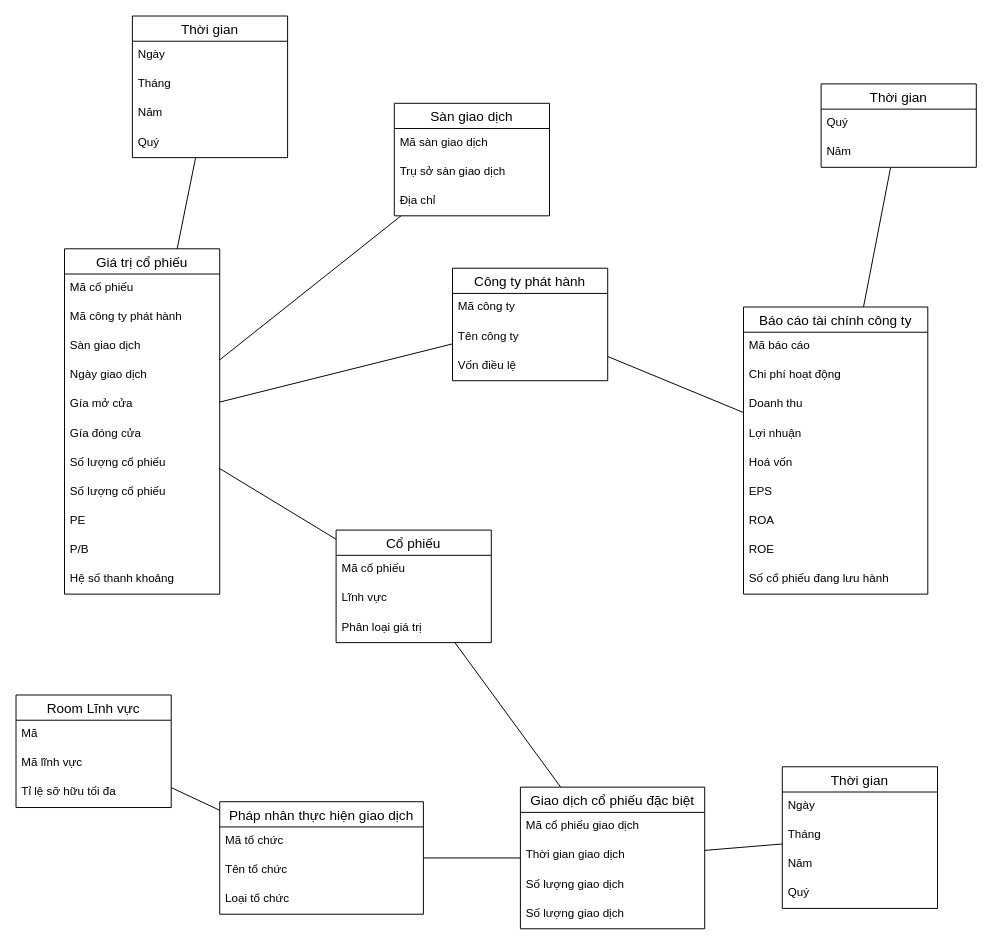
trandinhlam/master_2nd_semester keeps this draw.io diagram as BusinessIntelligence/images/DDS.drawio. Above is the earlier version. Source tidied: cells renumbered, new cells numbered last; positions are measured from the earlier drawing's top-left corner, leaving out a move shared by most shapes. Both pictures are drawn from the tidied source at 97%, with x=0, y=0 at pixel (16, 16).
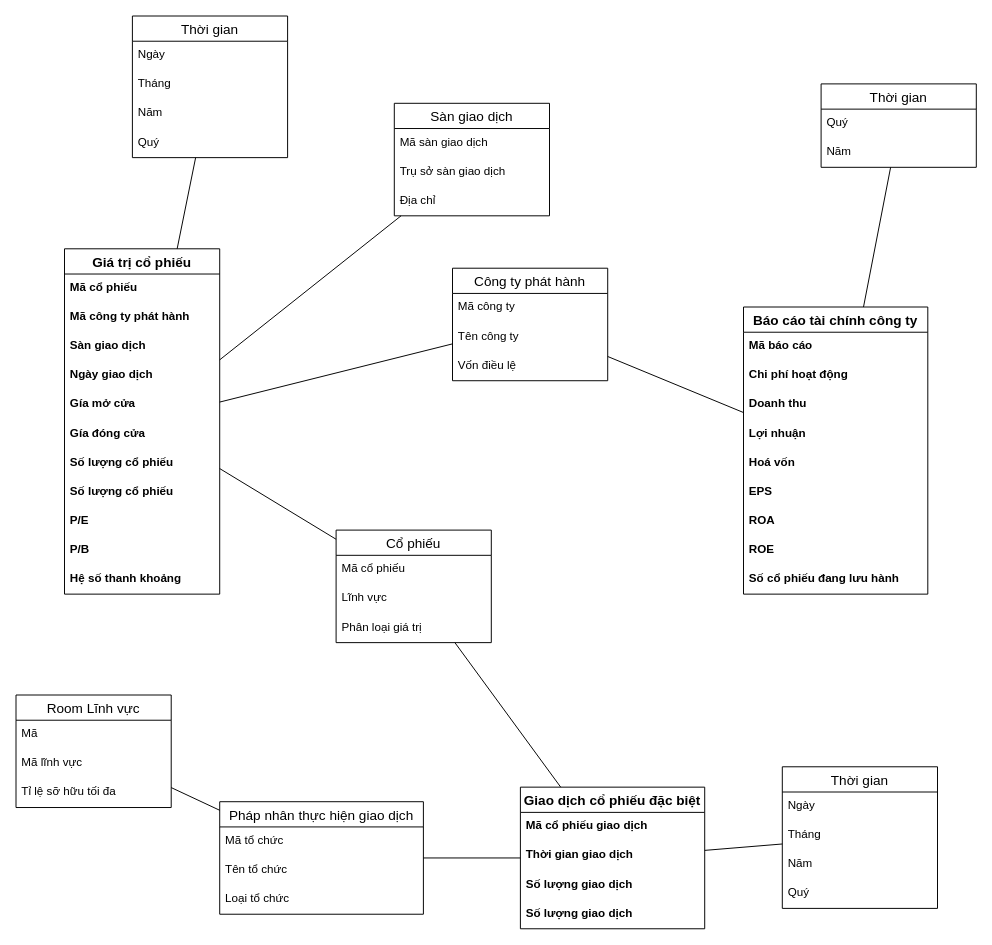
The same page after the edit.

What changed in the source:
```diff
@@
-    <mxCell id="2" value="Giá trị cổ phiếu" style="swimlane;fontStyle=0;horizontal=1;startSize=26;align=center;fontSize=14;" parent="1" vertex="1">
+    <mxCell id="2" value="Giá trị cổ phiếu" style="swimlane;fontStyle=1;horizontal=1;startSize=26;align=center;fontSize=14;" parent="1" vertex="1">
       <mxGeometry x="50" y="240" width="160" height="356" as="geometry" />
     </mxCell>
-    <mxCell id="3" value="Mã cổ phiếu" style="text;strokeColor=none;fillColor=none;spacingLeft=4;spacingRight=4;overflow=hidden;fontSize=12;" parent="2" vertex="1">
+    <mxCell id="3" value="Mã cổ phiếu" style="text;strokeColor=none;fillColor=none;spacingLeft=4;spacingRight=4;overflow=hidden;fontSize=12;fontStyle=1;" parent="2" vertex="1">
       <mxGeometry y="26" width="160" height="30" as="geometry" />
     </mxCell>
-    <mxCell id="4" value="Mã công ty phát hành" style="text;strokeColor=none;fillColor=none;spacingLeft=4;spacingRight=4;overflow=hidden;fontSize=12;" parent="2" vertex="1">
+    <mxCell id="4" value="Mã công ty phát hành" style="text;strokeColor=none;fillColor=none;spacingLeft=4;spacingRight=4;overflow=hidden;fontSize=12;fontStyle=1;" parent="2" vertex="1">
       <mxGeometry y="56" width="160" height="30" as="geometry" />
     </mxCell>
-    <mxCell id="5" value="Sàn giao dịch" style="text;strokeColor=none;fillColor=none;spacingLeft=4;spacingRight=4;overflow=hidden;fontSize=12;" parent="2" vertex="1">
+    <mxCell id="5" value="Sàn giao dịch" style="text;strokeColor=none;fillColor=none;spacingLeft=4;spacingRight=4;overflow=hidden;fontSize=12;fontStyle=1;" parent="2" vertex="1">
       <mxGeometry y="86" width="160" height="30" as="geometry" />
     </mxCell>
-    <mxCell id="6" value="Ngày giao dịch" style="text;strokeColor=none;fillColor=none;spacingLeft=4;spacingRight=4;overflow=hidden;fontSize=12;" parent="2" vertex="1">
+    <mxCell id="6" value="Ngày giao dịch" style="text;strokeColor=none;fillColor=none;spacingLeft=4;spacingRight=4;overflow=hidden;fontSize=12;fontStyle=1;" parent="2" vertex="1">
       <mxGeometry y="116" width="160" height="30" as="geometry" />
     </mxCell>
-    <mxCell id="7" value="Gía mở cửa" style="text;strokeColor=none;fillColor=none;spacingLeft=4;spacingRight=4;overflow=hidden;fontSize=12;" parent="2" vertex="1">
+    <mxCell id="7" value="Gía mở cửa" style="text;strokeColor=none;fillColor=none;spacingLeft=4;spacingRight=4;overflow=hidden;fontSize=12;fontStyle=1;" parent="2" vertex="1">
       <mxGeometry y="146" width="160" height="30" as="geometry" />
     </mxCell>
-    <mxCell id="8" value="Gía đóng cửa" style="text;strokeColor=none;fillColor=none;spacingLeft=4;spacingRight=4;overflow=hidden;fontSize=12;" parent="2" vertex="1">
+    <mxCell id="8" value="Gía đóng cửa" style="text;strokeColor=none;fillColor=none;spacingLeft=4;spacingRight=4;overflow=hidden;fontSize=12;fontStyle=1;" parent="2" vertex="1">
       <mxGeometry y="176" width="160" height="30" as="geometry" />
     </mxCell>
-    <mxCell id="9" value="Số lượng cổ phiếu" style="text;strokeColor=none;fillColor=none;spacingLeft=4;spacingRight=4;overflow=hidden;fontSize=12;" parent="2" vertex="1">
+    <mxCell id="9" value="Số lượng cổ phiếu" style="text;strokeColor=none;fillColor=none;spacingLeft=4;spacingRight=4;overflow=hidden;fontSize=12;fontStyle=1;" parent="2" vertex="1">
       <mxGeometry y="206" width="160" height="30" as="geometry" />
     </mxCell>
-    <mxCell id="10" value="Số lượng cổ phiếu" style="text;strokeColor=none;fillColor=none;spacingLeft=4;spacingRight=4;overflow=hidden;fontSize=12;" parent="2" vertex="1">
+    <mxCell id="10" value="Số lượng cổ phiếu" style="text;strokeColor=none;fillColor=none;spacingLeft=4;spacingRight=4;overflow=hidden;fontSize=12;fontStyle=1;" parent="2" vertex="1">
       <mxGeometry y="236" width="160" height="30" as="geometry" />
     </mxCell>
-    <mxCell id="11" value="PE" style="text;strokeColor=none;fillColor=none;spacingLeft=4;spacingRight=4;overflow=hidden;fontSize=12;" parent="2" vertex="1">
+    <mxCell id="11" value="P/E" style="text;strokeColor=none;fillColor=none;spacingLeft=4;spacingRight=4;overflow=hidden;fontSize=12;fontStyle=1;" parent="2" vertex="1">
       <mxGeometry y="266" width="160" height="30" as="geometry" />
     </mxCell>
-    <mxCell id="12" value="P/B" style="text;strokeColor=none;fillColor=none;spacingLeft=4;spacingRight=4;overflow=hidden;fontSize=12;" parent="2" vertex="1">
+    <mxCell id="12" value="P/B" style="text;strokeColor=none;fillColor=none;spacingLeft=4;spacingRight=4;overflow=hidden;fontSize=12;fontStyle=1;" parent="2" vertex="1">
       <mxGeometry y="296" width="160" height="30" as="geometry" />
     </mxCell>
-    <mxCell id="13" value="Hệ số thanh khoảng" style="text;strokeColor=none;fillColor=none;spacingLeft=4;spacingRight=4;overflow=hidden;fontSize=12;" parent="2" vertex="1">
+    <mxCell id="13" value="Hệ số thanh khoảng" style="text;strokeColor=none;fillColor=none;spacingLeft=4;spacingRight=4;overflow=hidden;fontSize=12;fontStyle=1;" parent="2" vertex="1">
       <mxGeometry y="326" width="160" height="30" as="geometry" />
     </mxCell>
@@
-    <mxCell id="25" value="Giao dịch cổ phiếu đặc biệt" style="swimlane;fontStyle=0;horizontal=1;startSize=26;align=center;fontSize=14;" parent="1" vertex="1">
+    <mxCell id="25" value="Giao dịch cổ phiếu đặc biệt" style="swimlane;fontStyle=1;horizontal=1;startSize=26;align=center;fontSize=14;" parent="1" vertex="1">
       <mxGeometry x="520" y="795" width="190" height="146" as="geometry" />
     </mxCell>
-    <mxCell id="26" value="Mã cổ phiếu giao dịch" style="text;strokeColor=none;fillColor=none;spacingLeft=4;spacingRight=4;overflow=hidden;fontSize=12;" parent="25" vertex="1">
+    <mxCell id="26" value="Mã cổ phiếu giao dịch" style="text;strokeColor=none;fillColor=none;spacingLeft=4;spacingRight=4;overflow=hidden;fontSize=12;fontStyle=1;" parent="25" vertex="1">
       <mxGeometry y="26" width="190" height="30" as="geometry" />
     </mxCell>
-    <mxCell id="27" value="Thời gian giao dịch" style="text;strokeColor=none;fillColor=none;spacingLeft=4;spacingRight=4;overflow=hidden;fontSize=12;" parent="25" vertex="1">
+    <mxCell id="27" value="Thời gian giao dịch" style="text;strokeColor=none;fillColor=none;spacingLeft=4;spacingRight=4;overflow=hidden;fontSize=12;fontStyle=1;" parent="25" vertex="1">
       <mxGeometry y="56" width="190" height="30" as="geometry" />
     </mxCell>
-    <mxCell id="28" value="Số lượng giao dịch" style="text;strokeColor=none;fillColor=none;spacingLeft=4;spacingRight=4;overflow=hidden;fontSize=12;" parent="25" vertex="1">
+    <mxCell id="28" value="Số lượng giao dịch" style="text;strokeColor=none;fillColor=none;spacingLeft=4;spacingRight=4;overflow=hidden;fontSize=12;fontStyle=1;" parent="25" vertex="1">
       <mxGeometry y="86" width="190" height="30" as="geometry" />
     </mxCell>
-    <mxCell id="29" value="Số lượng giao dịch" style="text;strokeColor=none;fillColor=none;spacingLeft=4;spacingRight=4;overflow=hidden;fontSize=12;" parent="25" vertex="1">
+    <mxCell id="29" value="Số lượng giao dịch" style="text;strokeColor=none;fillColor=none;spacingLeft=4;spacingRight=4;overflow=hidden;fontSize=12;fontStyle=1;" parent="25" vertex="1">
       <mxGeometry y="116" width="190" height="30" as="geometry" />
     </mxCell>
@@
-    <mxCell id="41" value="Báo cáo tài chính công ty" style="swimlane;fontStyle=0;horizontal=1;startSize=26;align=center;fontSize=14;" parent="1" vertex="1">
+    <mxCell id="41" value="Báo cáo tài chính công ty" style="swimlane;fontStyle=1;horizontal=1;startSize=26;align=center;fontSize=14;" parent="1" vertex="1">
       <mxGeometry x="750" y="300" width="190" height="296" as="geometry" />
     </mxCell>
-    <mxCell id="42" value="Mã báo cáo" style="text;strokeColor=none;fillColor=none;spacingLeft=4;spacingRight=4;overflow=hidden;fontSize=12;" parent="41" vertex="1">
+    <mxCell id="42" value="Mã báo cáo" style="text;strokeColor=none;fillColor=none;spacingLeft=4;spacingRight=4;overflow=hidden;fontSize=12;fontStyle=1;" parent="41" vertex="1">
       <mxGeometry y="26" width="190" height="30" as="geometry" />
     </mxCell>
-    <mxCell id="43" value="Chi phí hoạt động" style="text;strokeColor=none;fillColor=none;spacingLeft=4;spacingRight=4;overflow=hidden;fontSize=12;" parent="41" vertex="1">
+    <mxCell id="43" value="Chi phí hoạt động" style="text;strokeColor=none;fillColor=none;spacingLeft=4;spacingRight=4;overflow=hidden;fontSize=12;fontStyle=1;" parent="41" vertex="1">
       <mxGeometry y="56" width="190" height="30" as="geometry" />
     </mxCell>
-    <mxCell id="44" value="Doanh thu" style="text;strokeColor=none;fillColor=none;spacingLeft=4;spacingRight=4;overflow=hidden;fontSize=12;" parent="41" vertex="1">
+    <mxCell id="44" value="Doanh thu" style="text;strokeColor=none;fillColor=none;spacingLeft=4;spacingRight=4;overflow=hidden;fontSize=12;fontStyle=1;" parent="41" vertex="1">
       <mxGeometry y="86" width="190" height="30" as="geometry" />
     </mxCell>
-    <mxCell id="45" value="Lợi nhuận" style="text;strokeColor=none;fillColor=none;spacingLeft=4;spacingRight=4;overflow=hidden;fontSize=12;" parent="41" vertex="1">
+    <mxCell id="45" value="Lợi nhuận" style="text;strokeColor=none;fillColor=none;spacingLeft=4;spacingRight=4;overflow=hidden;fontSize=12;fontStyle=1;" parent="41" vertex="1">
       <mxGeometry y="116" width="190" height="30" as="geometry" />
     </mxCell>
-    <mxCell id="46" value="Hoá vốn" style="text;strokeColor=none;fillColor=none;spacingLeft=4;spacingRight=4;overflow=hidden;fontSize=12;" parent="41" vertex="1">
+    <mxCell id="46" value="Hoá vốn" style="text;strokeColor=none;fillColor=none;spacingLeft=4;spacingRight=4;overflow=hidden;fontSize=12;fontStyle=1;" parent="41" vertex="1">
       <mxGeometry y="146" width="190" height="30" as="geometry" />
     </mxCell>
-    <mxCell id="47" value="EPS" style="text;strokeColor=none;fillColor=none;spacingLeft=4;spacingRight=4;overflow=hidden;fontSize=12;" parent="41" vertex="1">
+    <mxCell id="47" value="EPS" style="text;strokeColor=none;fillColor=none;spacingLeft=4;spacingRight=4;overflow=hidden;fontSize=12;fontStyle=1;" parent="41" vertex="1">
       <mxGeometry y="176" width="190" height="30" as="geometry" />
     </mxCell>
-    <mxCell id="48" value="ROA" style="text;strokeColor=none;fillColor=none;spacingLeft=4;spacingRight=4;overflow=hidden;fontSize=12;" parent="41" vertex="1">
+    <mxCell id="48" value="ROA" style="text;strokeColor=none;fillColor=none;spacingLeft=4;spacingRight=4;overflow=hidden;fontSize=12;fontStyle=1;" parent="41" vertex="1">
       <mxGeometry y="206" width="190" height="30" as="geometry" />
     </mxCell>
-    <mxCell id="49" value="ROE" style="text;strokeColor=none;fillColor=none;spacingLeft=4;spacingRight=4;overflow=hidden;fontSize=12;" parent="41" vertex="1">
+    <mxCell id="49" value="ROE" style="text;strokeColor=none;fillColor=none;spacingLeft=4;spacingRight=4;overflow=hidden;fontSize=12;fontStyle=1;" parent="41" vertex="1">
       <mxGeometry y="236" width="190" height="30" as="geometry" />
     </mxCell>
-    <mxCell id="50" value="Số cổ phiếu đang lưu hành" style="text;strokeColor=none;fillColor=none;spacingLeft=4;spacingRight=4;overflow=hidden;fontSize=12;" parent="41" vertex="1">
+    <mxCell id="50" value="Số cổ phiếu đang lưu hành" style="text;strokeColor=none;fillColor=none;spacingLeft=4;spacingRight=4;overflow=hidden;fontSize=12;fontStyle=1;" parent="41" vertex="1">
       <mxGeometry y="266" width="190" height="30" as="geometry" />
     </mxCell>
```
